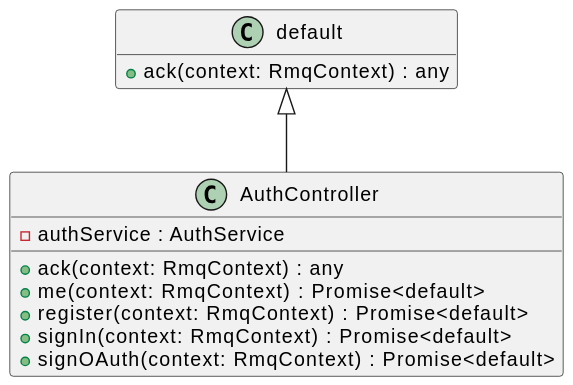
The PlantUML diagram assets/AuthController-umlClassDiagram-17.svg in Nathandelenclos/Area, before a commit.
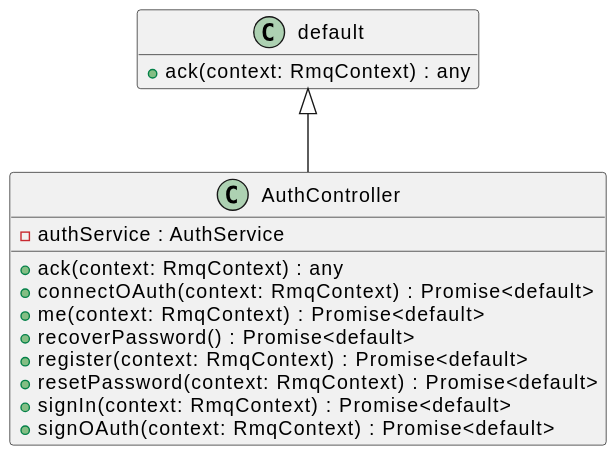
Above is the later version.

The edit, as a diff of the source:
```diff
@@ -5,8 +5,11 @@
 class "AuthController" {
     -authService : AuthService
     +ack(context: RmqContext) : any
+    +connectOAuth(context: RmqContext) : Promise<default>
     +me(context: RmqContext) : Promise<default>
+    +recoverPassword() : Promise<default>
     +register(context: RmqContext) : Promise<default>
+    +resetPassword(context: RmqContext) : Promise<default>
     +signIn(context: RmqContext) : Promise<default>
     +signOAuth(context: RmqContext) : Promise<default>
 }
```
